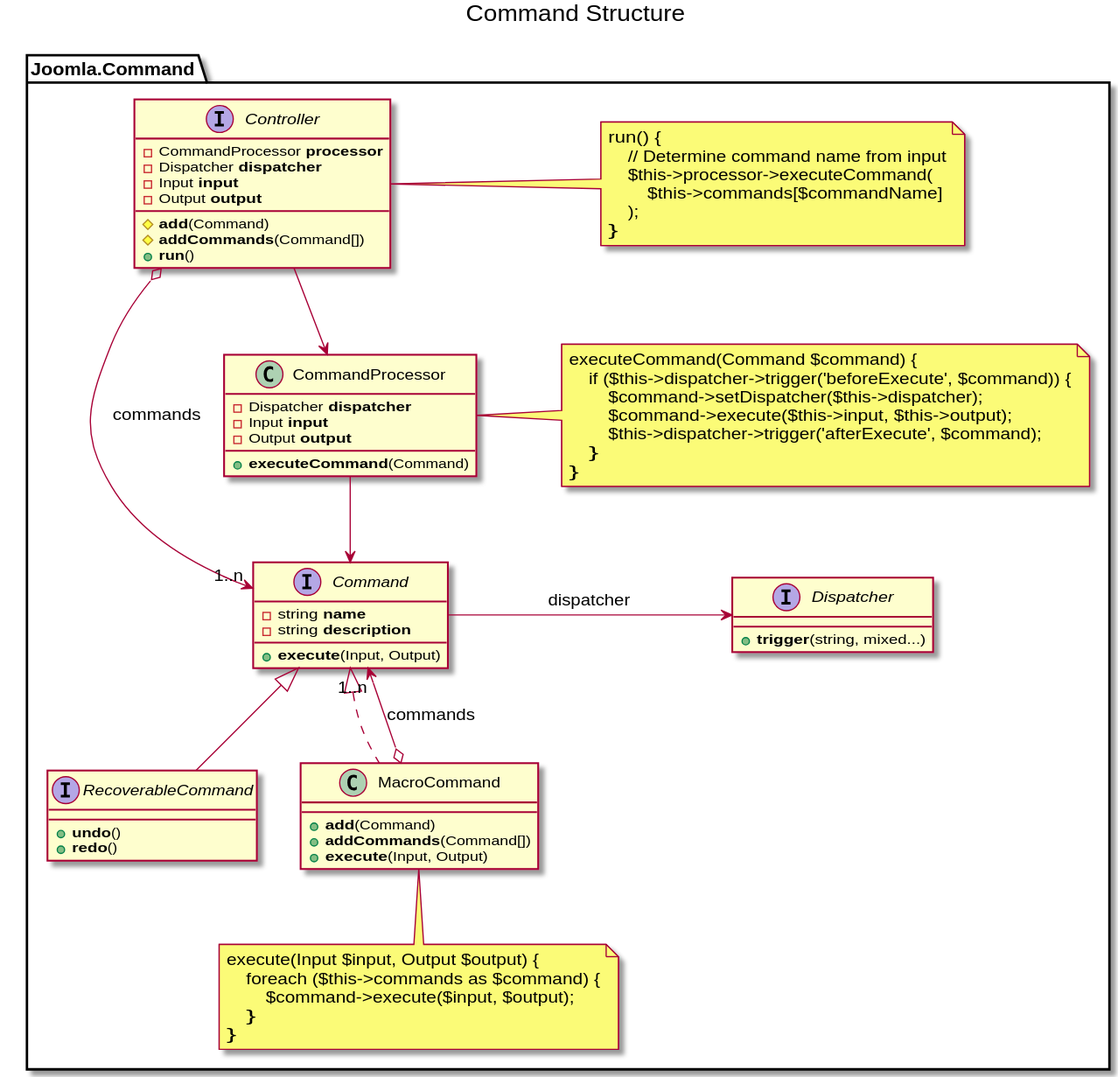
Above: svg/class-command.svg in nibralab/joomla-architecture (PlantUML), before the change. Its source is kept beside it as src/class-command.puml.
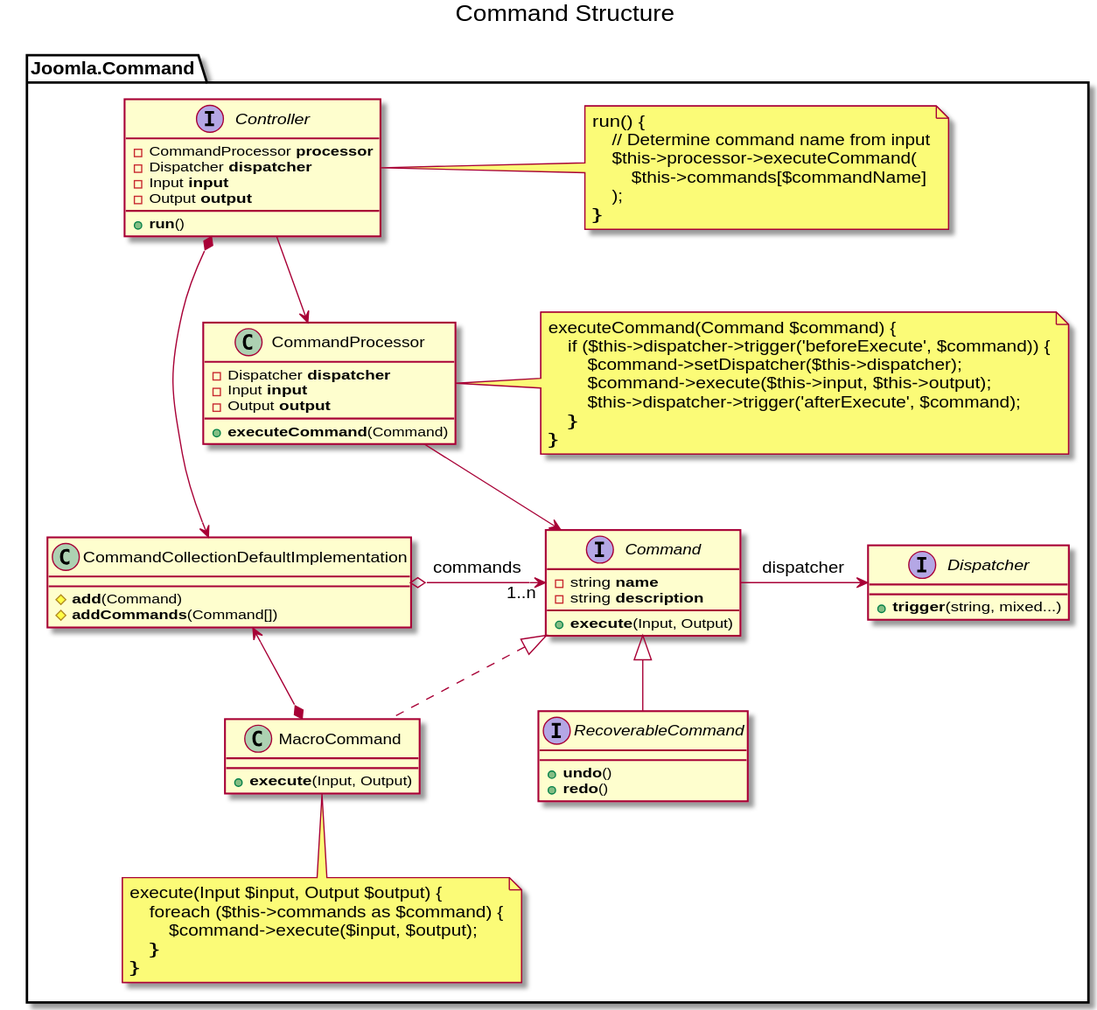
After the change.

Commit message:
Introduced trait CommandCollectionDefaultImplementation

What changed in the source:
```diff
@@ -6,8 +6,6 @@
         -Dispatcher <b>dispatcher</b>
         -Input <b>input</b>
         -Output <b>output</b>
-        #<b>add</b>(Command)
-        #<b>addCommands</b>(Command[])
         +<b>run</b>()
     }
     note as ControllerNote
@@ -37,16 +35,11 @@
     }
     Command -right-> Dispatcher: dispatcher
 
-    Controller o--> "1..n" Command: commands
-
     class MacroCommand {
-        +<b>add</b>(Command)
-        +<b>addCommands</b>(Command[])
         +<b>execute</b>(Input, Output)
     }
 
     class MacroCommand implements Command
-    MacroCommand o--> "1..n" Command: commands
     note as MacroCommandNote
     execute(Input $input, Output $output) {
         foreach ($this->commands as $command) {
@@ -74,5 +67,13 @@
         }
     end note
     CommandProcessor .right. CommandProcessorNote
+
+    class CommandCollectionDefaultImplementation {
+        #<b>add</b>(Command)
+        #<b>addCommands</b>(Command[])
+    }
+    CommandCollectionDefaultImplementation o-r-> "1..n" Command: commands
+    MacroCommand *--> CommandCollectionDefaultImplementation
+    Controller *--> CommandCollectionDefaultImplementation
 }
 @enduml
```
